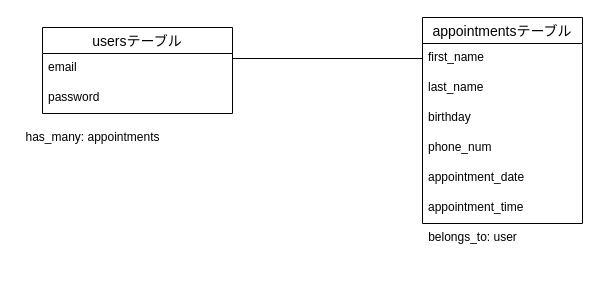
55tommy/appointment_app keeps this draw.io diagram as appointment_app.dio. Above is the earlier version. Source tidied: cells renumbered, new cells numbered last; positions are measured from the earlier drawing's top-left corner, leaving out a move shared by most shapes. Both pictures are drawn from the tidied source at 100%, with x=0, y=0 at pixel (17, 17).
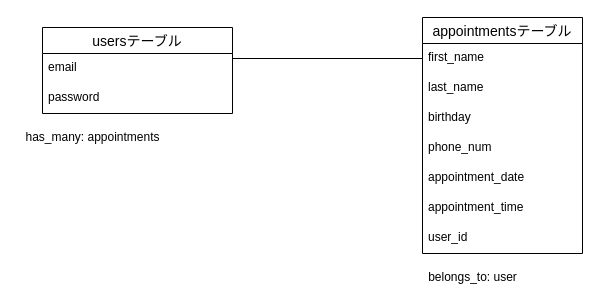
The same diagram, later.

Commit message (it also covers changes not shown here):
DB設計　一部変更

What changed in the source:
```diff
@@
 <mxGraphModel>
   <root>
     <mxCell id="0" />
     <mxCell id="1" parent="0" />
     <mxCell id="2" value="usersテーブル" style="swimlane;fontStyle=0;horizontal=1;startSize=26;align=center;fontSize=14;" parent="1" vertex="1">
       <mxGeometry x="25" y="10" width="190" height="86" as="geometry" />
     </mxCell>
     <mxCell id="3" value="email" style="text;strokeColor=none;fillColor=none;spacingLeft=4;spacingRight=4;overflow=hidden;fontSize=12;" parent="2" vertex="1">
       <mxGeometry y="26" width="190" height="30" as="geometry" />
     </mxCell>
     <mxCell id="4" value="password" style="text;strokeColor=none;fillColor=none;spacingLeft=4;spacingRight=4;overflow=hidden;fontSize=12;" parent="2" vertex="1">
       <mxGeometry y="56" width="190" height="30" as="geometry" />
     </mxCell>
     <mxCell id="5" value="appointmentsテーブル" style="swimlane;fontStyle=0;horizontal=1;startSize=26;align=center;fontSize=14;" parent="1" vertex="1">
-      <mxGeometry x="405" width="160" height="206" as="geometry" />
+      <mxGeometry x="405" width="160" height="236" as="geometry" />
     </mxCell>
     <mxCell id="6" value="first_name" style="text;strokeColor=none;fillColor=none;spacingLeft=4;spacingRight=4;overflow=hidden;points=[[0,0.5],[1,0.5]];portConstraint=eastwest;fontSize=12;" parent="5" vertex="1">
       <mxGeometry y="26" width="160" height="30" as="geometry" />
     </mxCell>
     <mxCell id="7" value="last_name" style="text;strokeColor=none;fillColor=none;spacingLeft=4;spacingRight=4;overflow=hidden;fontSize=12;" parent="5" vertex="1">
       <mxGeometry y="56" width="160" height="30" as="geometry" />
     </mxCell>
     <mxCell id="8" value="birthday" style="text;strokeColor=none;fillColor=none;spacingLeft=4;spacingRight=4;overflow=hidden;fontSize=12;" parent="5" vertex="1">
       <mxGeometry y="86" width="160" height="30" as="geometry" />
     </mxCell>
     <mxCell id="9" value="phone_num" style="text;strokeColor=none;fillColor=none;spacingLeft=4;spacingRight=4;overflow=hidden;fontSize=12;" parent="5" vertex="1">
       <mxGeometry y="116" width="160" height="30" as="geometry" />
     </mxCell>
     <mxCell id="10" value="appointment_date" style="text;strokeColor=none;fillColor=none;spacingLeft=4;spacingRight=4;overflow=hidden;fontSize=12;" parent="5" vertex="1">
       <mxGeometry y="146" width="160" height="30" as="geometry" />
     </mxCell>
     <mxCell id="11" value="appointment_time" style="text;strokeColor=none;fillColor=none;spacingLeft=4;spacingRight=4;overflow=hidden;fontSize=12;" parent="5" vertex="1">
       <mxGeometry y="176" width="160" height="30" as="geometry" />
     </mxCell>
+    <mxCell id="15" value="user_id" style="text;strokeColor=none;fillColor=none;spacingLeft=4;spacingRight=4;overflow=hidden;fontSize=12;" parent="5" vertex="1">
+      <mxGeometry y="206" width="160" height="30" as="geometry" />
+    </mxCell>
     <mxCell id="12" style="edgeStyle=none;html=1;exitX=1;exitY=0.5;exitDx=0;exitDy=0;entryX=0;entryY=0.5;entryDx=0;entryDy=0;endArrow=none;endFill=0;" parent="1" edge="1" target="6">
       <mxGeometry relative="1" as="geometry">
         <mxPoint x="215" y="41" as="sourcePoint" />
       </mxGeometry>
     </mxCell>
     <mxCell id="13" value="belongs_to: user" style="text;html=1;align=center;verticalAlign=middle;strokeColor=none;fillColor=none;" parent="1" vertex="1">
-      <mxGeometry x="405" y="210" width="100" height="20" as="geometry" />
+      <mxGeometry x="405" y="250" width="100" height="20" as="geometry" />
     </mxCell>
     <mxCell id="14" value="has_many: appointments" style="text;html=1;align=center;verticalAlign=middle;strokeColor=none;fillColor=none;" parent="1" vertex="1">
       <mxGeometry y="110" width="150" height="20" as="geometry" />
     </mxCell>
   </root>
 </mxGraphModel>
```
